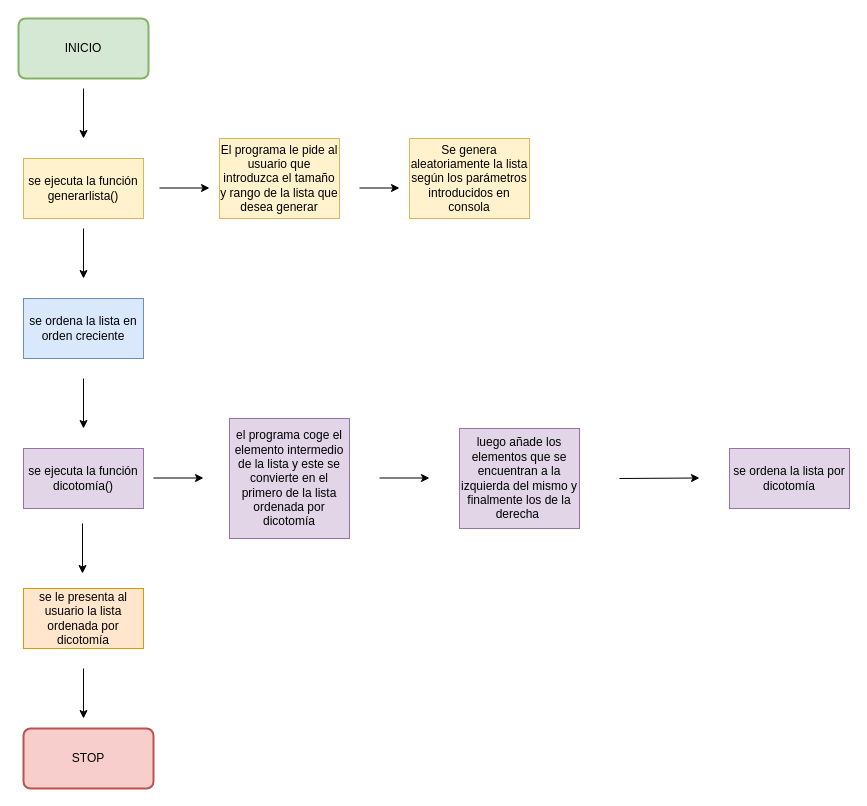
This is flowcharts/Ejer1Flowchart.drawio from jmedina28/EjerciciosOrdenar, a draw.io file, before an edit. Source tidied: cells renumbered, new cells numbered last; positions are measured from the earlier drawing's top-left corner, leaving out a move shared by most shapes. Both pictures are drawn from the tidied source at 100%, with x=0, y=0 at pixel (18, 18).
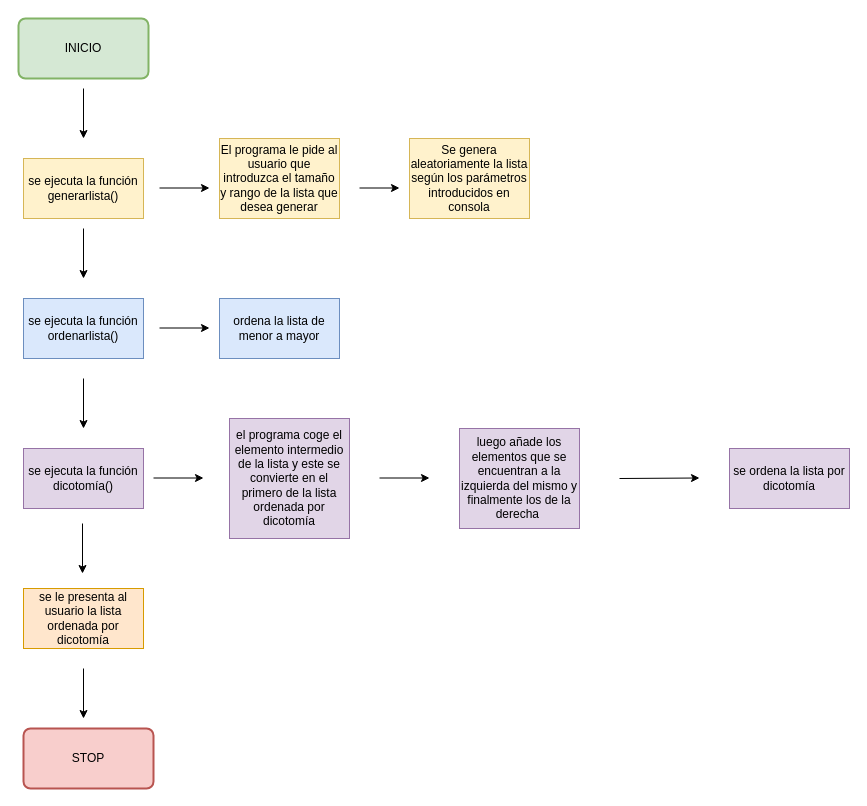
The same diagram, later.

Diff of the diagram source:
```diff
@@
-    <mxCell id="11" value="se ordena la lista en orden creciente" style="rounded=0;whiteSpace=wrap;html=1;fillColor=#dae8fc;strokeColor=#6c8ebf;" parent="1" vertex="1">
+    <mxCell id="11" value="se ejecuta la función ordenarlista()" style="rounded=0;whiteSpace=wrap;html=1;fillColor=#dae8fc;strokeColor=#6c8ebf;" parent="1" vertex="1">
       <mxGeometry x="5" y="280" width="120" height="60" as="geometry" />
     </mxCell>
@@
+    <mxCell id="23" value="ordena la lista de menor a mayor" style="rounded=0;whiteSpace=wrap;html=1;fillColor=#dae8fc;strokeColor=#6c8ebf;" parent="1" vertex="1">
+      <mxGeometry x="201" y="280" width="120" height="60" as="geometry" />
+    </mxCell>
+    <mxCell id="24" style="endArrow=classic;html=1;rounded=0;" parent="1" edge="1">
+      <mxGeometry relative="1" as="geometry">
+        <mxPoint x="141" y="309.5" as="sourcePoint" />
+        <mxPoint x="191" y="309.5" as="targetPoint" />
+      </mxGeometry>
+    </mxCell>
```
